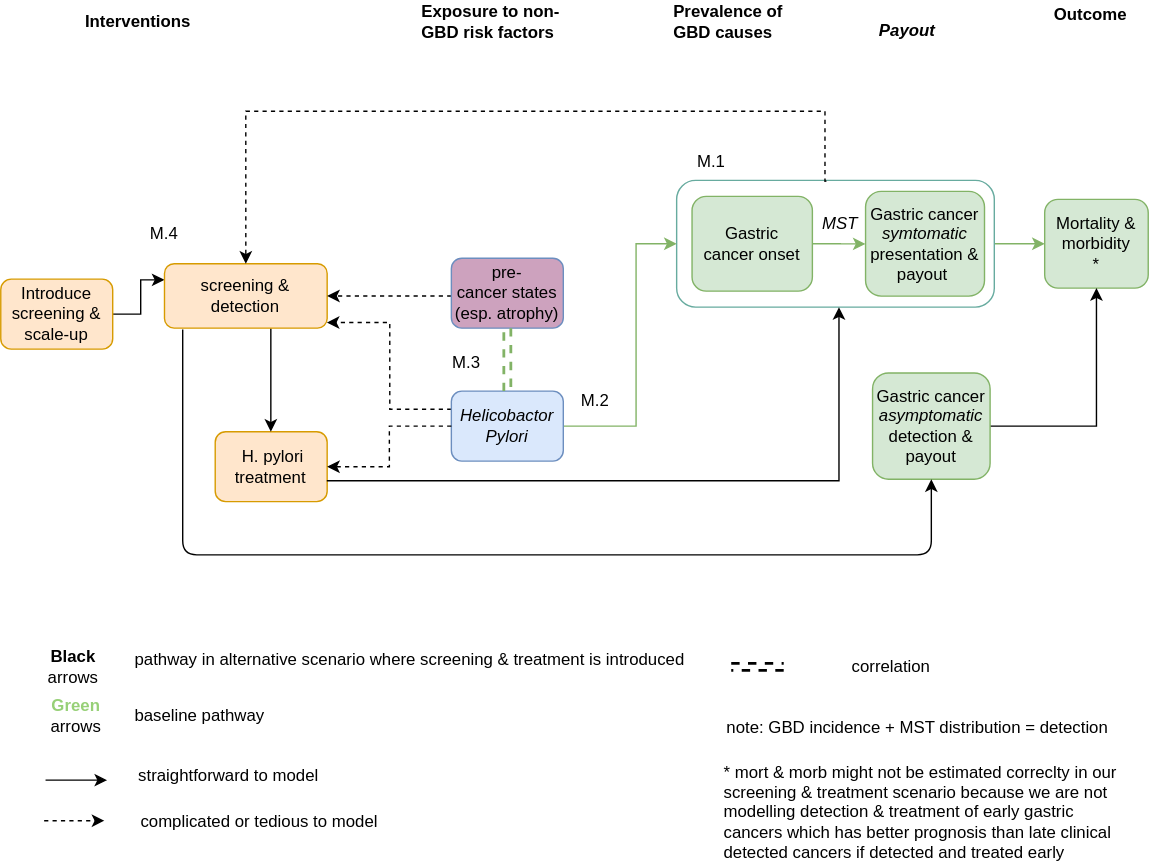
ihmeuw/vivarium_research keeps this draw.io diagram as docs/source/concept_models/vivarium_swissre_stomachcancer/vivarium_concept_model_diagram_stomachcancer.svg. Above is the earlier version. Source tidied: cells renumbered, new cells last; positions are measured from the earlier drawing's top-left corner, leaving out a move shared by most shapes.
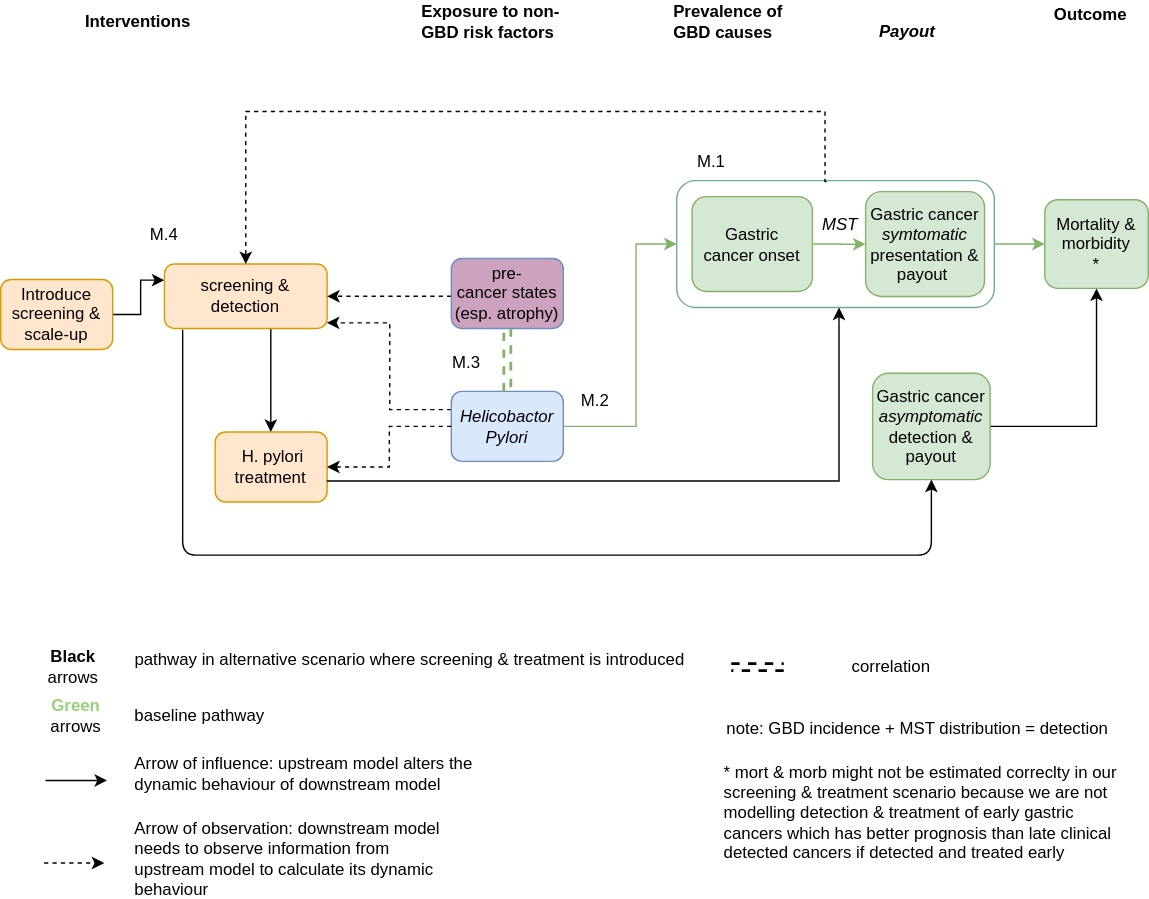
After the commit.

Commit message:
updated arrow definitions in CMD

Diff of the diagram source:
```diff
@@ -168,8 +168,8 @@
     </mxCell>
     <mxCell id="43" style="endArrow=classic;html=1;strokeWidth=1;dashed=1;" parent="1" edge="1">
       <mxGeometry relative="1" as="geometry">
-        <mxPoint x="31" y="586" as="sourcePoint" />
-        <mxPoint x="74" y="586" as="targetPoint" />
+        <mxPoint x="31" y="616" as="sourcePoint" />
+        <mxPoint x="74" y="616" as="targetPoint" />
       </mxGeometry>
     </mxCell>
     <mxCell id="44" style="endArrow=classic;html=1;strokeWidth=1;" parent="1" edge="1">
@@ -181,11 +181,11 @@
         </Array>
       </mxGeometry>
     </mxCell>
-    <mxCell id="45" value="complicated or tedious to model" style="text;html=1;strokeColor=none;fillColor=none;align=center;verticalAlign=middle;whiteSpace=wrap;rounded=0;" parent="1" vertex="1">
-      <mxGeometry x="74" y="577" width="222" height="20" as="geometry" />
+    <mxCell id="45" value="Arrow of observation: downstream model needs to observe information from upstream model to calculate its dynamic behaviour" style="text;html=1;strokeColor=none;fillColor=none;align=left;verticalAlign=middle;whiteSpace=wrap;rounded=0;" parent="1" vertex="1">
+      <mxGeometry x="94" y="603" width="222" height="20" as="geometry" />
     </mxCell>
-    <mxCell id="46" value="straightforward to model" style="text;html=1;strokeColor=none;fillColor=none;align=center;verticalAlign=middle;whiteSpace=wrap;rounded=0;" parent="1" vertex="1">
-      <mxGeometry x="52" y="544" width="222" height="20" as="geometry" />
+    <mxCell id="46" value="Arrow of influence: upstream model alters the dynamic behaviour of downstream model" style="text;html=1;strokeColor=none;fillColor=none;align=left;verticalAlign=middle;whiteSpace=wrap;rounded=0;" parent="1" vertex="1">
+      <mxGeometry x="94" y="542" width="271" height="20" as="geometry" />
     </mxCell>
   </root>
 </mxGraphModel>
```
